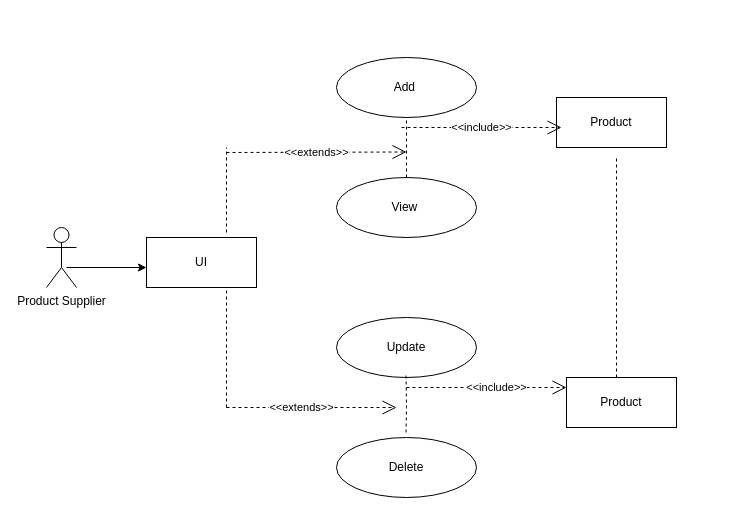
tehuticode/ideaverse keeps this draw.io diagram as Untitled Diagram.drawio. Above is the earlier version. Source tidied: cells renumbered, new cells numbered last; positions are measured from the earlier drawing's top-left corner, leaving out a move shared by most shapes. Both pictures are drawn from the tidied source at 100%, with x=0, y=0 at pixel (46, 57).
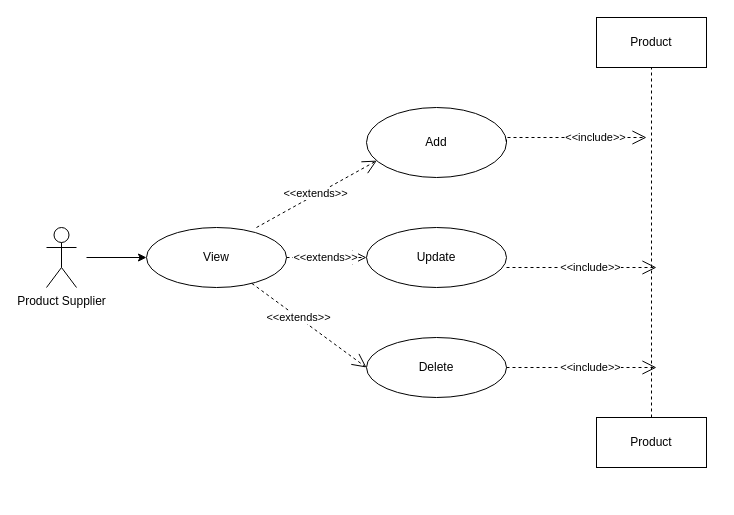
After the change.

What changed in the source:
```diff
@@
     <mxCell id="2" style="group;" parent="1" vertex="1">
-      <mxGeometry width="630" height="440" as="geometry" />
+      <mxGeometry width="670" height="440" as="geometry" />
     </mxCell>
@@
-    <mxCell id="4" value="View&amp;nbsp;" style="ellipse;whiteSpace=wrap;html=1;" parent="2" vertex="1">
-      <mxGeometry x="290" y="120" width="140" height="60" as="geometry" />
+    <mxCell id="4" value="Add" style="ellipse;whiteSpace=wrap;html=1;" parent="2" vertex="1">
+      <mxGeometry x="320" y="50" width="140" height="70" as="geometry" />
     </mxCell>
-    <mxCell id="5" value="Add&amp;nbsp;" style="ellipse;whiteSpace=wrap;html=1;" parent="2" vertex="1">
-      <mxGeometry x="290" width="140" height="60" as="geometry" />
+    <mxCell id="5" value="View" style="ellipse;whiteSpace=wrap;html=1;" parent="2" vertex="1">
+      <mxGeometry x="100" y="170" width="140" height="60" as="geometry" />
     </mxCell>
     <mxCell id="6" value="Update" style="ellipse;whiteSpace=wrap;html=1;" parent="2" vertex="1">
-      <mxGeometry x="290" y="260" width="140" height="60" as="geometry" />
+      <mxGeometry x="320" y="170" width="140" height="60" as="geometry" />
     </mxCell>
     <mxCell id="7" value="Delete" style="ellipse;whiteSpace=wrap;html=1;" parent="2" vertex="1">
-      <mxGeometry x="290" y="380" width="140" height="60" as="geometry" />
+      <mxGeometry x="320" y="280" width="140" height="60" as="geometry" />
     </mxCell>
-    <mxCell id="8" value="Product" style="html=1;whiteSpace=wrap;" parent="2" vertex="1">
-      <mxGeometry x="510" y="40" width="110" height="50" as="geometry" />
-    </mxCell>
-    <mxCell id="9" value="UI" style="html=1;whiteSpace=wrap;" parent="2" vertex="1">
-      <mxGeometry x="100" y="180" width="110" height="50" as="geometry" />
-    </mxCell>
     <mxCell id="10" value="Product" style="html=1;whiteSpace=wrap;" parent="2" vertex="1">
-      <mxGeometry x="520" y="320" width="110" height="50" as="geometry" />
+      <mxGeometry x="550" y="360" width="110" height="50" as="geometry" />
     </mxCell>
-    <mxCell id="11" style="endArrow=none;dashed=1;html=1;rounded=0;" parent="2" edge="1">
-      <mxGeometry relative="1" as="geometry">
-        <mxPoint x="570" y="320" as="sourcePoint" />
-        <mxPoint x="570" y="100" as="targetPoint" />
-      </mxGeometry>
-    </mxCell>
@@
-    <mxCell id="13" style="endArrow=none;dashed=1;html=1;rounded=0;entryX=0.5;entryY=1;entryDx=0;entryDy=0;exitX=0.5;exitY=0;exitDx=0;exitDy=0;" parent="2" edge="1" source="4" target="5">
-      <mxGeometry relative="1" as="geometry" />
-    </mxCell>
-    <mxCell id="14" style="endArrow=none;dashed=1;html=1;rounded=0;entryX=0.5;entryY=1;entryDx=0;entryDy=0;exitX=0.5;exitY=0;exitDx=0;exitDy=0;" parent="2" edge="1">
-      <mxGeometry relative="1" as="geometry">
-        <mxPoint x="359.5" y="375" as="sourcePoint" />
-        <mxPoint x="359.5" y="315" as="targetPoint" />
-        <Array as="points">
-          <mxPoint x="360" y="350" />
-        </Array>
-      </mxGeometry>
-    </mxCell>
-    <mxCell id="15" value="&amp;lt;&amp;lt;extends&amp;gt;&amp;gt;" style="endArrow=open;endSize=12;dashed=1;html=1;rounded=0;" parent="2" edge="1">
+    <mxCell id="15" value="&amp;lt;&amp;lt;extends&amp;gt;&amp;gt;" style="endArrow=open;endSize=12;dashed=1;html=1;rounded=0;entryX=0;entryY=0.5;entryDx=0;entryDy=0;" parent="2" edge="1" source="5" target="6">
       <mxGeometry relative="1" as="geometry">
-        <mxPoint x="180" y="95" as="sourcePoint" />
-        <mxPoint x="360" y="94.5" as="targetPoint" />
+        <mxPoint x="-1" as="offset" />
       </mxGeometry>
     </mxCell>
-    <mxCell id="16" value="&amp;lt;&amp;lt;extends&amp;gt;&amp;gt;" style="endArrow=open;endSize=12;dashed=1;html=1;rounded=0;" parent="2" edge="1">
-      <mxGeometry x="-0.12" relative="1" as="geometry">
-        <mxPoint x="180" y="350" as="sourcePoint" />
-        <mxPoint x="350" y="350" as="targetPoint" />
-      </mxGeometry>
+    <mxCell id="16" value="&amp;lt;&amp;lt;extends&amp;gt;&amp;gt;" style="endArrow=open;endSize=12;dashed=1;html=1;rounded=0;entryX=0;entryY=0.5;entryDx=0;entryDy=0;" parent="2" edge="1" source="5" target="7">
+      <mxGeometry x="-0.18" relative="1" as="geometry" />
     </mxCell>
-    <mxCell id="17" value="&amp;lt;&amp;lt;include&amp;gt;&amp;gt;" style="endArrow=open;endSize=12;dashed=1;html=1;rounded=0;" parent="2" edge="1">
-      <mxGeometry relative="1" as="geometry">
-        <mxPoint x="355" y="70" as="sourcePoint" />
-        <mxPoint x="515" y="70" as="targetPoint" />
+    <mxCell id="17" value="&amp;lt;&amp;lt;include&amp;gt;&amp;gt;" style="endArrow=open;endSize=12;dashed=1;html=1;rounded=0;exitX=1;exitY=0.5;exitDx=0;exitDy=0;" parent="2" edge="1" source="4">
+      <mxGeometry x="0.3" relative="1" as="geometry">
+        <mxPoint x="600" y="80" as="targetPoint" />
+        <Array as="points">
+          <mxPoint x="460" y="80" />
+        </Array>
       </mxGeometry>
     </mxCell>
     <mxCell id="18" value="&amp;lt;&amp;lt;include&amp;gt;&amp;gt;" style="endArrow=open;endSize=12;dashed=1;html=1;rounded=0;" parent="2" edge="1">
       <mxGeometry x="0.12" relative="1" as="geometry">
-        <mxPoint x="360" y="330" as="sourcePoint" />
-        <mxPoint x="520" y="330" as="targetPoint" />
+        <mxPoint x="460" y="210" as="sourcePoint" />
+        <mxPoint x="610" y="210" as="targetPoint" />
       </mxGeometry>
     </mxCell>
-    <mxCell id="19" style="endArrow=classic;html=1;rounded=0;" parent="2" edge="1">
-      <mxGeometry relative="1" as="geometry">
-        <mxPoint x="20" y="210" as="sourcePoint" />
-        <mxPoint x="100" y="210" as="targetPoint" />
-        <Array as="points">
-          <mxPoint x="20" y="210" />
-        </Array>
-      </mxGeometry>
-    </mxCell>
-    <mxCell id="20" style="endArrow=none;dashed=1;html=1;rounded=0;" parent="2" edge="1">
-      <mxGeometry relative="1" as="geometry">
-        <mxPoint x="180" y="175" as="sourcePoint" />
-        <mxPoint x="180" y="90" as="targetPoint" />
-      </mxGeometry>
-    </mxCell>
-    <mxCell id="21" style="endArrow=none;dashed=1;html=1;rounded=0;" parent="2" edge="1">
-      <mxGeometry relative="1" as="geometry">
-        <mxPoint x="180" y="350" as="sourcePoint" />
-        <mxPoint x="180" y="230" as="targetPoint" />
-      </mxGeometry>
-    </mxCell>
+    <mxCell id="22" style="endArrow=classic;html=1;rounded=0;" parent="2" edge="1">
+      <mxGeometry relative="1" as="geometry">
+        <mxPoint x="40" y="200" as="sourcePoint" />
+        <mxPoint x="100" y="200" as="targetPoint" />
+      </mxGeometry>
+    </mxCell>
+    <mxCell id="23" value="&amp;lt;&amp;lt;extends&amp;gt;&amp;gt;" style="endArrow=open;endSize=12;dashed=1;html=1;rounded=0;entryX=0.074;entryY=0.759;entryDx=0;entryDy=0;entryPerimeter=0;" parent="2" edge="1" target="4">
+      <mxGeometry relative="1" as="geometry">
+        <mxPoint x="210" y="170" as="sourcePoint" />
+        <mxPoint x="-1" as="offset" />
+      </mxGeometry>
+    </mxCell>
+    <mxCell id="24" value="&amp;lt;&amp;lt;include&amp;gt;&amp;gt;" style="endArrow=open;endSize=12;dashed=1;html=1;rounded=0;exitX=1;exitY=0.5;exitDx=0;exitDy=0;" parent="2" edge="1" source="7">
+      <mxGeometry x="0.12" relative="1" as="geometry">
+        <mxPoint x="610" y="310" as="targetPoint" />
+      </mxGeometry>
+    </mxCell>
+    <mxCell id="8" value="Product" style="html=1;whiteSpace=wrap;" parent="1" vertex="1">
+      <mxGeometry x="550" y="-40" width="110" height="50" as="geometry" />
+    </mxCell>
+    <mxCell id="11" style="endArrow=none;dashed=1;html=1;rounded=0;entryX=0.5;entryY=1;entryDx=0;entryDy=0;exitX=0.5;exitY=0;exitDx=0;exitDy=0;" parent="1" edge="1" source="10" target="8">
+      <mxGeometry relative="1" as="geometry" />
+    </mxCell>
```
